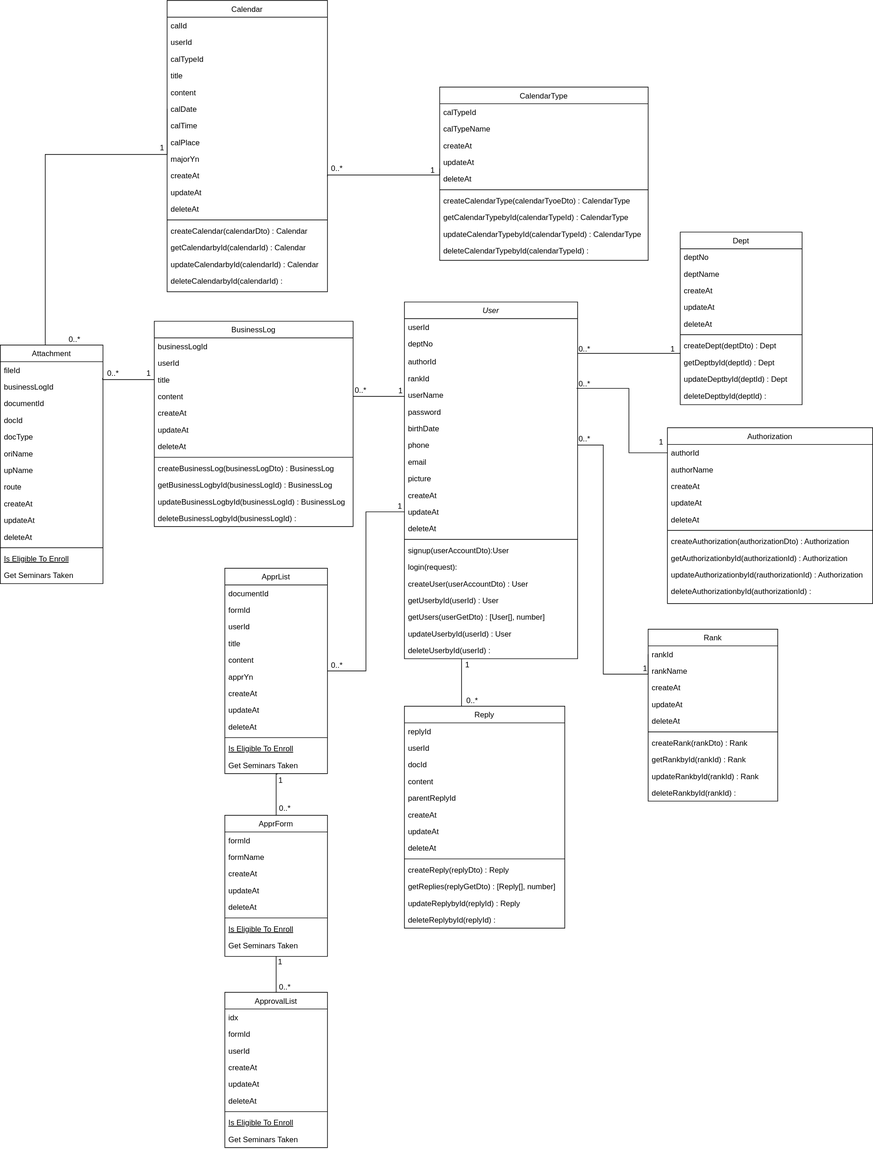
Above: files/class-diagram.svg in pjiyun123/mmp-groupware-project (draw.io), before the change. Source tidied: cells renumbered, new cells last; positions are measured from the earlier drawing's top-left corner, leaving out a move shared by most shapes.
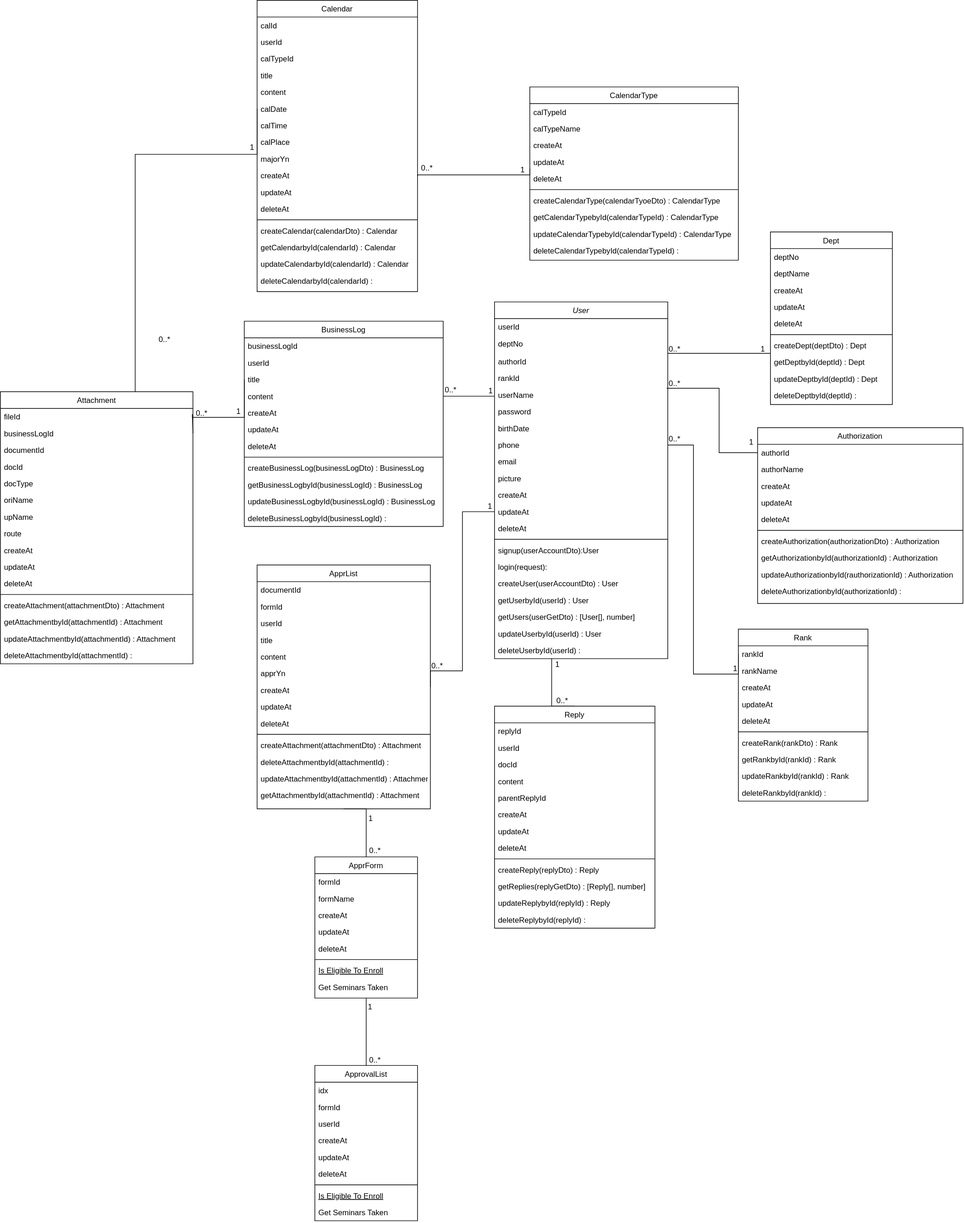
After the change.

Change to the diagram source:
```diff
@@ -427,49 +427,60 @@
       </mxGeometry>
     </mxCell>
     <mxCell id="131" value="ApprList" style="swimlane;fontStyle=0;align=center;verticalAlign=top;horizontal=1;startSize=26;rounded=0;shadow=0;strokeWidth=1;" parent="1" vertex="1">
-      <mxGeometry x="350" y="885" width="160" height="320" as="geometry" />
+      <mxGeometry x="260" y="880" width="270" height="380" as="geometry" />
     </mxCell>
     <mxCell id="132" value="documentId" style="text;align=left;verticalAlign=top;spacingLeft=4;spacingRight=4;overflow=hidden;" parent="131" vertex="1">
-      <mxGeometry y="26" width="160" height="26" as="geometry" />
+      <mxGeometry y="26" width="270" height="26" as="geometry" />
     </mxCell>
     <mxCell id="133" value="formId" style="text;align=left;verticalAlign=top;spacingLeft=4;spacingRight=4;overflow=hidden;rounded=0;shadow=0;html=0;" parent="131" vertex="1">
-      <mxGeometry y="52" width="160" height="26" as="geometry" />
+      <mxGeometry y="52" width="270" height="26" as="geometry" />
     </mxCell>
     <mxCell id="134" value="userId" style="text;align=left;verticalAlign=top;spacingLeft=4;spacingRight=4;overflow=hidden;rounded=0;shadow=0;html=0;" parent="131" vertex="1">
-      <mxGeometry y="78" width="160" height="26" as="geometry" />
+      <mxGeometry y="78" width="270" height="26" as="geometry" />
     </mxCell>
     <mxCell id="135" value="title" style="text;align=left;verticalAlign=top;spacingLeft=4;spacingRight=4;overflow=hidden;rounded=0;shadow=0;html=0;" parent="131" vertex="1">
-      <mxGeometry y="104" width="160" height="26" as="geometry" />
+      <mxGeometry y="104" width="270" height="26" as="geometry" />
     </mxCell>
     <mxCell id="136" value="content" style="text;align=left;verticalAlign=top;spacingLeft=4;spacingRight=4;overflow=hidden;rounded=0;shadow=0;html=0;" parent="131" vertex="1">
-      <mxGeometry y="130" width="160" height="26" as="geometry" />
+      <mxGeometry y="130" width="270" height="26" as="geometry" />
     </mxCell>
     <mxCell id="137" value="apprYn" style="text;align=left;verticalAlign=top;spacingLeft=4;spacingRight=4;overflow=hidden;rounded=0;shadow=0;html=0;" parent="131" vertex="1">
-      <mxGeometry y="156" width="160" height="26" as="geometry" />
+      <mxGeometry y="156" width="270" height="26" as="geometry" />
     </mxCell>
     <mxCell id="138" value="createAt" style="text;align=left;verticalAlign=top;spacingLeft=4;spacingRight=4;overflow=hidden;rounded=0;shadow=0;html=0;" parent="131" vertex="1">
-      <mxGeometry y="182" width="160" height="26" as="geometry" />
+      <mxGeometry y="182" width="270" height="26" as="geometry" />
     </mxCell>
     <mxCell id="139" value="updateAt" style="text;align=left;verticalAlign=top;spacingLeft=4;spacingRight=4;overflow=hidden;rounded=0;shadow=0;html=0;" parent="131" vertex="1">
-      <mxGeometry y="208" width="160" height="26" as="geometry" />
+      <mxGeometry y="208" width="270" height="26" as="geometry" />
     </mxCell>
     <mxCell id="140" value="deleteAt" style="text;align=left;verticalAlign=top;spacingLeft=4;spacingRight=4;overflow=hidden;rounded=0;shadow=0;html=0;" parent="131" vertex="1">
-      <mxGeometry y="234" width="160" height="26" as="geometry" />
+      <mxGeometry y="234" width="270" height="26" as="geometry" />
     </mxCell>
     <mxCell id="141" style="line;html=1;strokeWidth=1;align=left;verticalAlign=middle;spacingTop=-1;spacingLeft=3;spacingRight=3;labelPosition=right;" parent="131" vertex="1">
-      <mxGeometry y="260" width="160" height="8" as="geometry" />
+      <mxGeometry y="260" width="270" height="8" as="geometry" />
     </mxCell>
-    <mxCell id="142" value="Is Eligible To Enroll" style="text;align=left;verticalAlign=top;spacingLeft=4;spacingRight=4;overflow=hidden;fontStyle=4;" parent="131" vertex="1">
-      <mxGeometry y="268" width="160" height="26" as="geometry" />
-    </mxCell>
-    <mxCell id="143" value="Get Seminars Taken" style="text;align=left;verticalAlign=top;spacingLeft=4;spacingRight=4;overflow=hidden;points=[[0,0.5],[1,0.5]];portConstraint=eastwest;" parent="131" vertex="1">
-      <mxGeometry y="294" width="160" height="26" as="geometry" />
-    </mxCell>
+    <mxCell id="193" value="createAttachment(attachmentDto) : Attachment" style="text;align=left;verticalAlign=top;spacingLeft=4;spacingRight=4;overflow=hidden;" parent="131" vertex="1">
+      <mxGeometry y="268" width="270" height="26" as="geometry" />
+    </mxCell>
+    <mxCell id="194" value="deleteAttachmentbyId(attachmentId) : " style="text;align=left;verticalAlign=top;spacingLeft=4;spacingRight=4;overflow=hidden;" parent="131" vertex="1">
+      <mxGeometry y="294" width="270" height="26" as="geometry" />
+    </mxCell>
+    <mxCell id="195" value="updateAttachmentbyId(attachmentId) : Attachment" style="text;align=left;verticalAlign=top;spacingLeft=4;spacingRight=4;overflow=hidden;" parent="131" vertex="1">
+      <mxGeometry y="320" width="270" height="26" as="geometry" />
+    </mxCell>
+    <mxCell id="196" value="getAttachmentbyId(attachmentId) : Attachment" style="text;align=left;verticalAlign=top;spacingLeft=4;spacingRight=4;overflow=hidden;" parent="131" vertex="1">
+      <mxGeometry y="346" width="270" height="26" as="geometry" />
+    </mxCell>
     <mxCell id="144" style="edgeStyle=orthogonalEdgeStyle;rounded=0;jettySize=auto;html=1;exitX=0;exitY=0.5;exitDx=0;exitDy=0;entryX=1;entryY=0.5;entryDx=0;entryDy=0;endArrow=none;endFill=0;" parent="1" edge="1" source="14" target="131">
-      <mxGeometry relative="1" as="geometry" />
+      <mxGeometry relative="1" as="geometry">
+        <Array as="points">
+          <mxPoint x="580" y="797" />
+          <mxPoint x="580" y="1045" />
+        </Array>
+      </mxGeometry>
     </mxCell>
     <mxCell id="145" value="0..*" style="align=left;verticalAlign=bottom;labelBackgroundColor=none;fontSize=12;direction=south;" parent="1" vertex="1">
-      <mxGeometry x="514" y="1045" as="geometry" />
+      <mxGeometry x="530" y="1046" as="geometry" />
     </mxCell>
     <mxCell id="146" value="1" style="align=left;verticalAlign=bottom;labelBackgroundColor=none;fontSize=12;" parent="1" vertex="1">
       <mxGeometry x="625" y="673" as="geometry">
@@ -477,54 +488,63 @@
       </mxGeometry>
     </mxCell>
     <mxCell id="147" value="Attachment" style="swimlane;fontStyle=0;align=center;verticalAlign=top;horizontal=1;startSize=26;rounded=0;shadow=0;strokeWidth=1;" parent="1" vertex="1">
-      <mxGeometry y="537" width="160" height="372" as="geometry" />
+      <mxGeometry x="-140" y="610" width="300" height="424" as="geometry" />
     </mxCell>
     <mxCell id="148" value="fileId" style="text;align=left;verticalAlign=top;spacingLeft=4;spacingRight=4;overflow=hidden;" parent="147" vertex="1">
-      <mxGeometry y="26" width="160" height="26" as="geometry" />
+      <mxGeometry y="26" width="300" height="26" as="geometry" />
     </mxCell>
     <mxCell id="149" value="businessLogId" style="text;align=left;verticalAlign=top;spacingLeft=4;spacingRight=4;overflow=hidden;points=[[0,0.5],[1,0.5]];portConstraint=eastwest;rounded=0;shadow=0;html=0;" parent="147" vertex="1">
-      <mxGeometry y="52" width="160" height="26" as="geometry" />
+      <mxGeometry y="52" width="300" height="26" as="geometry" />
     </mxCell>
     <mxCell id="150" value="documentId" style="text;align=left;verticalAlign=top;spacingLeft=4;spacingRight=4;overflow=hidden;rounded=0;shadow=0;html=0;" parent="147" vertex="1">
-      <mxGeometry y="78" width="160" height="26" as="geometry" />
+      <mxGeometry y="78" width="300" height="26" as="geometry" />
     </mxCell>
     <mxCell id="151" value="docId" style="text;align=left;verticalAlign=top;spacingLeft=4;spacingRight=4;overflow=hidden;rounded=0;shadow=0;html=0;" parent="147" vertex="1">
-      <mxGeometry y="104" width="160" height="26" as="geometry" />
+      <mxGeometry y="104" width="300" height="26" as="geometry" />
     </mxCell>
     <mxCell id="152" value="docType" style="text;align=left;verticalAlign=top;spacingLeft=4;spacingRight=4;overflow=hidden;rounded=0;shadow=0;html=0;" parent="147" vertex="1">
-      <mxGeometry y="130" width="160" height="26" as="geometry" />
+      <mxGeometry y="130" width="300" height="26" as="geometry" />
     </mxCell>
     <mxCell id="153" value="oriName" style="text;align=left;verticalAlign=top;spacingLeft=4;spacingRight=4;overflow=hidden;rounded=0;shadow=0;html=0;" parent="147" vertex="1">
-      <mxGeometry y="156" width="160" height="26" as="geometry" />
+      <mxGeometry y="156" width="300" height="26" as="geometry" />
     </mxCell>
     <mxCell id="154" value="upName" style="text;align=left;verticalAlign=top;spacingLeft=4;spacingRight=4;overflow=hidden;rounded=0;shadow=0;html=0;" parent="147" vertex="1">
-      <mxGeometry y="182" width="160" height="26" as="geometry" />
+      <mxGeometry y="182" width="300" height="26" as="geometry" />
     </mxCell>
     <mxCell id="155" value="route" style="text;align=left;verticalAlign=top;spacingLeft=4;spacingRight=4;overflow=hidden;rounded=0;shadow=0;html=0;" parent="147" vertex="1">
-      <mxGeometry y="208" width="160" height="26" as="geometry" />
+      <mxGeometry y="208" width="300" height="26" as="geometry" />
     </mxCell>
     <mxCell id="156" value="createAt" style="text;align=left;verticalAlign=top;spacingLeft=4;spacingRight=4;overflow=hidden;rounded=0;shadow=0;html=0;" parent="147" vertex="1">
-      <mxGeometry y="234" width="160" height="26" as="geometry" />
+      <mxGeometry y="234" width="300" height="26" as="geometry" />
     </mxCell>
     <mxCell id="157" value="updateAt" style="text;align=left;verticalAlign=top;spacingLeft=4;spacingRight=4;overflow=hidden;rounded=0;shadow=0;html=0;" parent="147" vertex="1">
-      <mxGeometry y="260" width="160" height="26" as="geometry" />
+      <mxGeometry y="260" width="300" height="26" as="geometry" />
     </mxCell>
     <mxCell id="158" value="deleteAt" style="text;align=left;verticalAlign=top;spacingLeft=4;spacingRight=4;overflow=hidden;rounded=0;shadow=0;html=0;" parent="147" vertex="1">
-      <mxGeometry y="286" width="160" height="26" as="geometry" />
+      <mxGeometry y="286" width="300" height="26" as="geometry" />
     </mxCell>
     <mxCell id="159" style="line;html=1;strokeWidth=1;align=left;verticalAlign=middle;spacingTop=-1;spacingLeft=3;spacingRight=3;labelPosition=right;" parent="147" vertex="1">
-      <mxGeometry y="312" width="160" height="8" as="geometry" />
+      <mxGeometry y="312" width="300" height="8" as="geometry" />
     </mxCell>
-    <mxCell id="160" value="Is Eligible To Enroll" style="text;align=left;verticalAlign=top;spacingLeft=4;spacingRight=4;overflow=hidden;fontStyle=4;" parent="147" vertex="1">
-      <mxGeometry y="320" width="160" height="26" as="geometry" />
-    </mxCell>
-    <mxCell id="161" value="Get Seminars Taken" style="text;align=left;verticalAlign=top;spacingLeft=4;spacingRight=4;overflow=hidden;" parent="147" vertex="1">
-      <mxGeometry y="346" width="160" height="26" as="geometry" />
-    </mxCell>
+    <mxCell id="197" value="createAttachment(attachmentDto) : Attachment" style="text;align=left;verticalAlign=top;spacingLeft=4;spacingRight=4;overflow=hidden;" parent="147" vertex="1">
+      <mxGeometry y="320" width="300" height="26" as="geometry" />
+    </mxCell>
+    <mxCell id="198" value="getAttachmentbyId(attachmentId) : Attachment" style="text;align=left;verticalAlign=top;spacingLeft=4;spacingRight=4;overflow=hidden;" parent="147" vertex="1">
+      <mxGeometry y="346" width="300" height="26" as="geometry" />
+    </mxCell>
+    <mxCell id="199" value="updateAttachmentbyId(attachmentId) : Attachment" style="text;align=left;verticalAlign=top;spacingLeft=4;spacingRight=4;overflow=hidden;" parent="147" vertex="1">
+      <mxGeometry y="372" width="300" height="26" as="geometry" />
+    </mxCell>
+    <mxCell id="200" value="deleteAttachmentbyId(attachmentId) : " style="text;align=left;verticalAlign=top;spacingLeft=4;spacingRight=4;overflow=hidden;" parent="147" vertex="1">
+      <mxGeometry y="398" width="300" height="26" as="geometry" />
+    </mxCell>
-    <mxCell id="162" style="edgeStyle=orthogonalEdgeStyle;rounded=0;jettySize=auto;html=1;endArrow=none;endFill=0;entryX=0.997;entryY=-0.022;entryDx=0;entryDy=0;entryPerimeter=0;exitX=0;exitY=0.5;exitDx=0;exitDy=0;" parent="1" edge="1" source="118" target="149">
+    <mxCell id="162" style="edgeStyle=orthogonalEdgeStyle;rounded=0;jettySize=auto;html=1;endArrow=none;endFill=0;entryX=1;entryY=0.5;entryDx=0;entryDy=0;exitX=0;exitY=0.5;exitDx=0;exitDy=0;" parent="1" edge="1" source="118" target="149">
       <mxGeometry relative="1" as="geometry">
         <Array as="points">
-          <mxPoint x="160" y="591" />
+          <mxPoint x="240" y="650" />
+          <mxPoint x="159" y="650" />
+          <mxPoint x="159" y="645" />
+          <mxPoint x="160" y="645" />
         </Array>
       </mxGeometry>
     </mxCell>
@@ -542,12 +562,12 @@
       </mxGeometry>
     </mxCell>
     <mxCell id="165" value="0..*" style="align=left;verticalAlign=bottom;labelBackgroundColor=none;fontSize=12;" parent="1" vertex="1">
-      <mxGeometry x="330" y="433" as="geometry">
+      <mxGeometry x="328" y="495.5" as="geometry">
         <mxPoint x="-165" y="157" as="offset" />
       </mxGeometry>
     </mxCell>
     <mxCell id="166" value="1" style="align=right;verticalAlign=bottom;labelBackgroundColor=none;fontSize=12;" parent="1" vertex="1">
-      <mxGeometry x="405" y="723" as="geometry">
+      <mxGeometry x="405" y="782" as="geometry">
         <mxPoint x="-169" y="-133" as="offset" />
       </mxGeometry>
     </mxCell>
@@ -556,10 +576,11 @@
         <mxPoint x="-380" y="-66" as="offset" />
       </mxGeometry>
     </mxCell>
-    <mxCell id="168" style="edgeStyle=orthogonalEdgeStyle;rounded=0;jettySize=auto;html=1;exitX=0.5;exitY=0;exitDx=0;exitDy=0;endArrow=none;endFill=0;entryX=0.514;entryY=1.026;entryDx=0;entryDy=0;entryPerimeter=0;" parent="1" edge="1" source="170" target="143">
+    <mxCell id="168" style="edgeStyle=orthogonalEdgeStyle;rounded=0;jettySize=auto;html=1;exitX=0.5;exitY=0;exitDx=0;exitDy=0;endArrow=none;endFill=0;entryX=0.5;entryY=1;entryDx=0;entryDy=0;" parent="1" edge="1" source="170" target="131">
       <mxGeometry relative="1" as="geometry">
         <Array as="points">
-          <mxPoint x="430" y="1206" />
+          <mxPoint x="430" y="1280" />
+          <mxPoint x="430" y="1280" />
         </Array>
       </mxGeometry>
     </mxCell>
@@ -567,7 +588,7 @@
       <mxGeometry relative="1" as="geometry" />
     </mxCell>
     <mxCell id="170" value="ApprForm" style="swimlane;fontStyle=0;align=center;verticalAlign=top;horizontal=1;startSize=26;rounded=0;shadow=0;strokeWidth=1;" parent="1" vertex="1">
-      <mxGeometry x="350" y="1270" width="160" height="220" as="geometry" />
+      <mxGeometry x="350" y="1335" width="160" height="220" as="geometry" />
     </mxCell>
     <mxCell id="171" value="formId" style="text;align=left;verticalAlign=top;spacingLeft=4;spacingRight=4;overflow=hidden;rounded=0;shadow=0;html=0;" parent="170" vertex="1">
       <mxGeometry y="26" width="160" height="26" as="geometry" />
@@ -594,15 +615,15 @@
       <mxGeometry y="190" width="160" height="26" as="geometry" />
     </mxCell>
     <mxCell id="179" value="0..*" style="align=left;verticalAlign=bottom;labelBackgroundColor=none;fontSize=12;" parent="1" vertex="1">
-      <mxGeometry x="433" y="1268" as="geometry" />
+      <mxGeometry x="433" y="1334" as="geometry" />
     </mxCell>
     <mxCell id="180" value="1" style="align=left;verticalAlign=bottom;labelBackgroundColor=none;fontSize=12;" parent="1" vertex="1">
-      <mxGeometry x="439" y="1100" as="geometry">
+      <mxGeometry x="439" y="1160" as="geometry">
         <mxPoint x="-7" y="124" as="offset" />
       </mxGeometry>
     </mxCell>
     <mxCell id="181" value="ApprovalList" style="swimlane;fontStyle=0;align=center;verticalAlign=top;horizontal=1;startSize=26;rounded=0;shadow=0;strokeWidth=1;" parent="1" vertex="1">
-      <mxGeometry x="350" y="1546" width="160" height="242" as="geometry" />
+      <mxGeometry x="350" y="1660" width="160" height="242" as="geometry" />
     </mxCell>
     <mxCell id="182" value="idx" style="text;align=left;verticalAlign=top;spacingLeft=4;spacingRight=4;overflow=hidden;rounded=0;shadow=0;html=0;" parent="181" vertex="1">
       <mxGeometry y="26" width="160" height="26" as="geometry" />
@@ -632,10 +653,10 @@
       <mxGeometry y="216" width="160" height="26" as="geometry" />
     </mxCell>
     <mxCell id="191" value="0..*" style="align=left;verticalAlign=bottom;labelBackgroundColor=none;fontSize=12;" parent="1" vertex="1">
-      <mxGeometry x="433" y="1546" as="geometry" />
+      <mxGeometry x="433" y="1660" as="geometry" />
     </mxCell>
     <mxCell id="192" value="1" style="align=right;verticalAlign=bottom;labelBackgroundColor=none;fontSize=12;" parent="1" vertex="1">
-      <mxGeometry x="610" y="1640" as="geometry">
+      <mxGeometry x="610" y="1710" as="geometry">
         <mxPoint x="-169" y="-133" as="offset" />
       </mxGeometry>
     </mxCell>
```
